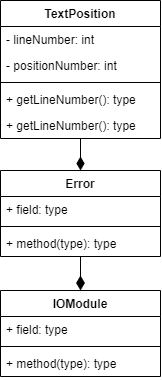
Before: diagrams/iomodule.drawio.png, a diagram exported from draw.io (korpatiy/compiler). Source tidied: cells renumbered, new cells last; positions are measured from the earlier drawing's top-left corner, leaving out a move shared by most shapes.
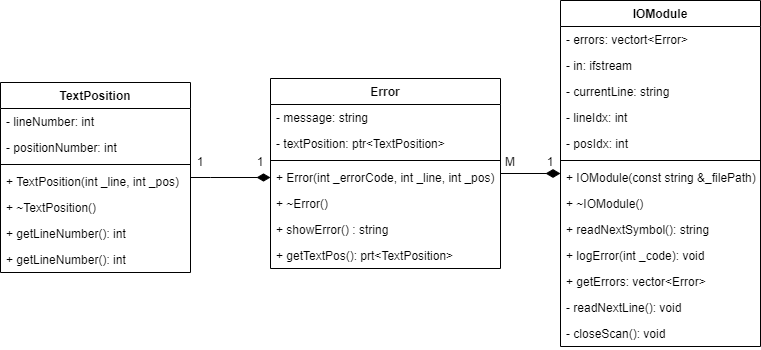
The same file after the commit.

Commit message:
Добавлена диагрмма

What changed in the source:
```diff
@@ -6,49 +6,114 @@
       <mxGeometry relative="1" as="geometry" />
     </mxCell>
     <mxCell id="3" value="IOModule" style="swimlane;fontStyle=1;align=center;verticalAlign=top;horizontal=1;startSize=26;" parent="1" vertex="1">
-      <mxGeometry y="290" width="160" height="86" as="geometry" />
+      <mxGeometry x="280" y="-30" width="200" height="346" as="geometry" />
     </mxCell>
-    <mxCell id="4" value="+ field: type" style="text;strokeColor=none;fillColor=none;align=left;verticalAlign=top;spacingLeft=4;spacingRight=4;overflow=hidden;" parent="3" vertex="1">
-      <mxGeometry y="26" width="160" height="26" as="geometry" />
+    <mxCell id="4" value="- errors: vectort&lt;Error&gt;" style="text;strokeColor=none;fillColor=none;align=left;verticalAlign=top;spacingLeft=4;spacingRight=4;overflow=hidden;" parent="3" vertex="1">
+      <mxGeometry y="26" width="200" height="26" as="geometry" />
     </mxCell>
+    <mxCell id="18" value="- in: ifstream" style="text;strokeColor=none;fillColor=none;align=left;verticalAlign=top;spacingLeft=4;spacingRight=4;overflow=hidden;" parent="3" vertex="1">
+      <mxGeometry y="52" width="200" height="26" as="geometry" />
+    </mxCell>
+    <mxCell id="19" value="- currentLine: string" style="text;strokeColor=none;fillColor=none;align=left;verticalAlign=top;spacingLeft=4;spacingRight=4;overflow=hidden;" parent="3" vertex="1">
+      <mxGeometry y="78" width="200" height="26" as="geometry" />
+    </mxCell>
+    <mxCell id="20" value="- lineIdx: int" style="text;strokeColor=none;fillColor=none;align=left;verticalAlign=top;spacingLeft=4;spacingRight=4;overflow=hidden;" parent="3" vertex="1">
+      <mxGeometry y="104" width="200" height="26" as="geometry" />
+    </mxCell>
+    <mxCell id="21" value="- posIdx: int" style="text;strokeColor=none;fillColor=none;align=left;verticalAlign=top;spacingLeft=4;spacingRight=4;overflow=hidden;" parent="3" vertex="1">
+      <mxGeometry y="130" width="200" height="26" as="geometry" />
+    </mxCell>
     <mxCell id="5" style="line;strokeWidth=1;fillColor=none;align=left;verticalAlign=middle;spacingTop=-1;spacingLeft=3;spacingRight=3;labelPosition=right;" parent="3" vertex="1">
-      <mxGeometry y="52" width="160" height="8" as="geometry" />
+      <mxGeometry y="156" width="200" height="8" as="geometry" />
     </mxCell>
+    <mxCell id="22" value="+ IOModule(const string &amp;_filePath)" style="text;strokeColor=none;fillColor=none;align=left;verticalAlign=top;spacingLeft=4;spacingRight=4;overflow=hidden;" parent="3" vertex="1">
+      <mxGeometry y="164" width="200" height="26" as="geometry" />
+    </mxCell>
+    <mxCell id="23" value="+ ~IOModule()" style="text;strokeColor=none;fillColor=none;align=left;verticalAlign=top;spacingLeft=4;spacingRight=4;overflow=hidden;" parent="3" vertex="1">
+      <mxGeometry y="190" width="200" height="26" as="geometry" />
+    </mxCell>
+    <mxCell id="24" value="+ readNextSymbol(): string" style="text;strokeColor=none;fillColor=none;align=left;verticalAlign=top;spacingLeft=4;spacingRight=4;overflow=hidden;" parent="3" vertex="1">
+      <mxGeometry y="216" width="200" height="26" as="geometry" />
+    </mxCell>
-    <mxCell id="6" value="+ method(type): type" style="text;strokeColor=none;fillColor=none;align=left;verticalAlign=top;spacingLeft=4;spacingRight=4;overflow=hidden;" parent="3" vertex="1">
-      <mxGeometry y="60" width="160" height="26" as="geometry" />
+    <mxCell id="6" value="+ logError(int _code): void" style="text;strokeColor=none;fillColor=none;align=left;verticalAlign=top;spacingLeft=4;spacingRight=4;overflow=hidden;" parent="3" vertex="1">
+      <mxGeometry y="242" width="200" height="26" as="geometry" />
     </mxCell>
-    <mxCell id="7" style="edgeStyle=orthogonalEdgeStyle;rounded=0;jettySize=auto;html=1;exitX=0.5;exitY=0;exitDx=0;exitDy=0;endArrow=none;endFill=0;startArrow=diamondThin;startFill=1;endSize=17;startSize=11;" parent="1" edge="1" source="8" target="12">
-      <mxGeometry relative="1" as="geometry" />
-    </mxCell>
+    <mxCell id="25" value="+ getErrors: vector&lt;Error&gt;" style="text;strokeColor=none;fillColor=none;align=left;verticalAlign=top;spacingLeft=4;spacingRight=4;overflow=hidden;" parent="3" vertex="1">
+      <mxGeometry y="268" width="200" height="26" as="geometry" />
+    </mxCell>
+    <mxCell id="26" value="- readNextLine(): void" style="text;strokeColor=none;fillColor=none;align=left;verticalAlign=top;spacingLeft=4;spacingRight=4;overflow=hidden;" parent="3" vertex="1">
+      <mxGeometry y="294" width="200" height="26" as="geometry" />
+    </mxCell>
+    <mxCell id="27" value="- closeScan(): void" style="text;strokeColor=none;fillColor=none;align=left;verticalAlign=top;spacingLeft=4;spacingRight=4;overflow=hidden;" parent="3" vertex="1">
+      <mxGeometry y="320" width="200" height="26" as="geometry" />
+    </mxCell>
     <mxCell id="8" value="Error" style="swimlane;fontStyle=1;align=center;verticalAlign=top;horizontal=1;startSize=26;" parent="1" vertex="1">
-      <mxGeometry y="170" width="160" height="86" as="geometry" />
+      <mxGeometry x="-10" y="48" width="230" height="190" as="geometry" />
     </mxCell>
-    <mxCell id="9" value="+ field: type" style="text;strokeColor=none;fillColor=none;align=left;verticalAlign=top;spacingLeft=4;spacingRight=4;overflow=hidden;" parent="8" vertex="1">
-      <mxGeometry y="26" width="160" height="26" as="geometry" />
+    <mxCell id="9" value="- message: string" style="text;strokeColor=none;fillColor=none;align=left;verticalAlign=top;spacingLeft=4;spacingRight=4;overflow=hidden;" parent="8" vertex="1">
+      <mxGeometry y="26" width="230" height="26" as="geometry" />
     </mxCell>
+    <mxCell id="28" value="- textPosition: ptr&lt;TextPosition&gt;" style="text;strokeColor=none;fillColor=none;align=left;verticalAlign=top;spacingLeft=4;spacingRight=4;overflow=hidden;" parent="8" vertex="1">
+      <mxGeometry y="52" width="230" height="26" as="geometry" />
+    </mxCell>
     <mxCell id="10" style="line;strokeWidth=1;fillColor=none;align=left;verticalAlign=middle;spacingTop=-1;spacingLeft=3;spacingRight=3;labelPosition=right;" parent="8" vertex="1">
-      <mxGeometry y="52" width="160" height="8" as="geometry" />
+      <mxGeometry y="78" width="230" height="8" as="geometry" />
     </mxCell>
+    <mxCell id="29" value="+ Error(int _errorCode, int _line, int _pos)" style="text;strokeColor=none;fillColor=none;align=left;verticalAlign=top;spacingLeft=4;spacingRight=4;overflow=hidden;points=[[0,0.5],[1,0.5]];portConstraint=eastwest;" parent="8" vertex="1">
+      <mxGeometry y="86" width="230" height="26" as="geometry" />
+    </mxCell>
+    <mxCell id="30" value="+ ~Error()" style="text;strokeColor=none;fillColor=none;align=left;verticalAlign=top;spacingLeft=4;spacingRight=4;overflow=hidden;" parent="8" vertex="1">
+      <mxGeometry y="112" width="230" height="26" as="geometry" />
+    </mxCell>
-    <mxCell id="11" value="+ method(type): type" style="text;strokeColor=none;fillColor=none;align=left;verticalAlign=top;spacingLeft=4;spacingRight=4;overflow=hidden;" parent="8" vertex="1">
-      <mxGeometry y="60" width="160" height="26" as="geometry" />
+    <mxCell id="11" value="+ showError() : string" style="text;strokeColor=none;fillColor=none;align=left;verticalAlign=top;spacingLeft=4;spacingRight=4;overflow=hidden;" parent="8" vertex="1">
+      <mxGeometry y="138" width="230" height="26" as="geometry" />
     </mxCell>
+    <mxCell id="31" value="+ getTextPos(): prt&lt;TextPosition&gt;" style="text;strokeColor=none;fillColor=none;align=left;verticalAlign=top;spacingLeft=4;spacingRight=4;overflow=hidden;" parent="8" vertex="1">
+      <mxGeometry y="164" width="230" height="26" as="geometry" />
+    </mxCell>
     <mxCell id="12" value="TextPosition" style="swimlane;fontStyle=1;align=center;verticalAlign=top;horizontal=1;startSize=26;" parent="1" vertex="1">
-      <mxGeometry width="160" height="138" as="geometry" />
+      <mxGeometry x="-280" y="52" width="190" height="190" as="geometry" />
     </mxCell>
     <mxCell id="13" value="- lineNumber: int" style="text;strokeColor=none;fillColor=none;align=left;verticalAlign=top;spacingLeft=4;spacingRight=4;overflow=hidden;" parent="12" vertex="1">
-      <mxGeometry y="26" width="160" height="26" as="geometry" />
+      <mxGeometry y="26" width="190" height="26" as="geometry" />
     </mxCell>
     <mxCell id="14" value="- positionNumber: int" style="text;strokeColor=none;fillColor=none;align=left;verticalAlign=top;spacingLeft=4;spacingRight=4;overflow=hidden;" parent="12" vertex="1">
-      <mxGeometry y="52" width="160" height="26" as="geometry" />
+      <mxGeometry y="52" width="190" height="26" as="geometry" />
     </mxCell>
     <mxCell id="15" style="line;strokeWidth=1;fillColor=none;align=left;verticalAlign=middle;spacingTop=-1;spacingLeft=3;spacingRight=3;labelPosition=right;" parent="12" vertex="1">
-      <mxGeometry y="78" width="160" height="8" as="geometry" />
+      <mxGeometry y="78" width="190" height="8" as="geometry" />
     </mxCell>
+    <mxCell id="32" value="+ TextPosition(int _line, int _pos)" style="text;strokeColor=none;fillColor=none;align=left;verticalAlign=top;spacingLeft=4;spacingRight=4;overflow=hidden;" parent="12" vertex="1">
+      <mxGeometry y="86" width="190" height="26" as="geometry" />
+    </mxCell>
+    <mxCell id="33" value="+ ~TextPosition()" style="text;strokeColor=none;fillColor=none;align=left;verticalAlign=top;spacingLeft=4;spacingRight=4;overflow=hidden;" parent="12" vertex="1">
+      <mxGeometry y="112" width="190" height="26" as="geometry" />
+    </mxCell>
-    <mxCell id="16" value="+ getLineNumber(): type" style="text;strokeColor=none;fillColor=none;align=left;verticalAlign=top;spacingLeft=4;spacingRight=4;overflow=hidden;" parent="12" vertex="1">
-      <mxGeometry y="86" width="160" height="26" as="geometry" />
+    <mxCell id="16" value="+ getLineNumber(): int" style="text;strokeColor=none;fillColor=none;align=left;verticalAlign=top;spacingLeft=4;spacingRight=4;overflow=hidden;" parent="12" vertex="1">
+      <mxGeometry y="138" width="190" height="26" as="geometry" />
     </mxCell>
-    <mxCell id="17" value="+ getLineNumber(): type" style="text;strokeColor=none;fillColor=none;align=left;verticalAlign=top;spacingLeft=4;spacingRight=4;overflow=hidden;" parent="12" vertex="1">
-      <mxGeometry y="112" width="160" height="26" as="geometry" />
+    <mxCell id="17" value="+ getLineNumber(): int" style="text;strokeColor=none;fillColor=none;align=left;verticalAlign=top;spacingLeft=4;spacingRight=4;overflow=hidden;" parent="12" vertex="1">
+      <mxGeometry y="164" width="190" height="26" as="geometry" />
     </mxCell>
+    <mxCell id="34" value="1" style="text;html=1;strokeColor=none;fillColor=none;align=center;verticalAlign=middle;whiteSpace=wrap;rounded=0;" parent="1" vertex="1">
+      <mxGeometry x="260" y="122" width="20" height="20" as="geometry" />
+    </mxCell>
+    <mxCell id="35" value="М" style="text;html=1;strokeColor=none;fillColor=none;align=center;verticalAlign=middle;whiteSpace=wrap;rounded=0;" parent="1" vertex="1">
+      <mxGeometry x="220" y="122" width="20" height="20" as="geometry" />
+    </mxCell>
+    <mxCell id="36" style="edgeStyle=orthogonalEdgeStyle;rounded=0;jettySize=auto;html=1;endArrow=none;endFill=0;startArrow=diamondThin;startFill=1;startSize=11;" parent="1" edge="1" source="29" target="12">
+      <mxGeometry relative="1" as="geometry">
+        <Array as="points">
+          <mxPoint x="-70" y="147" />
+          <mxPoint x="-70" y="147" />
+        </Array>
+      </mxGeometry>
+    </mxCell>
+    <mxCell id="37" value="1" style="text;html=1;strokeColor=none;fillColor=none;align=center;verticalAlign=middle;whiteSpace=wrap;rounded=0;" parent="1" vertex="1">
+      <mxGeometry x="-30" y="122" width="20" height="20" as="geometry" />
+    </mxCell>
+    <mxCell id="38" value="1" style="text;html=1;strokeColor=none;fillColor=none;align=center;verticalAlign=middle;whiteSpace=wrap;rounded=0;" parent="1" vertex="1">
+      <mxGeometry x="-90" y="122" width="20" height="20" as="geometry" />
+    </mxCell>
   </root>
 </mxGraphModel>
```
